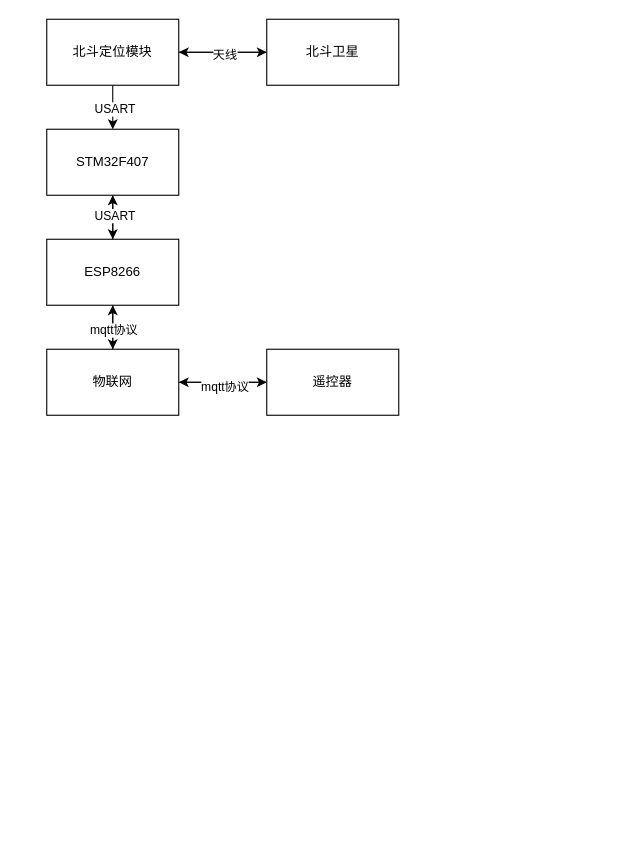
The draw.io diagram 流程图/神农人工智能控制系统.drawio in mlhua/hua, before the edit. Source tidied: cells renumbered, new cells numbered last; positions are measured from the earlier drawing's top-left corner, leaving out a move shared by most shapes. Both pictures are drawn from the tidied source at 110%, with x=0, y=0 at pixel (46, 19).
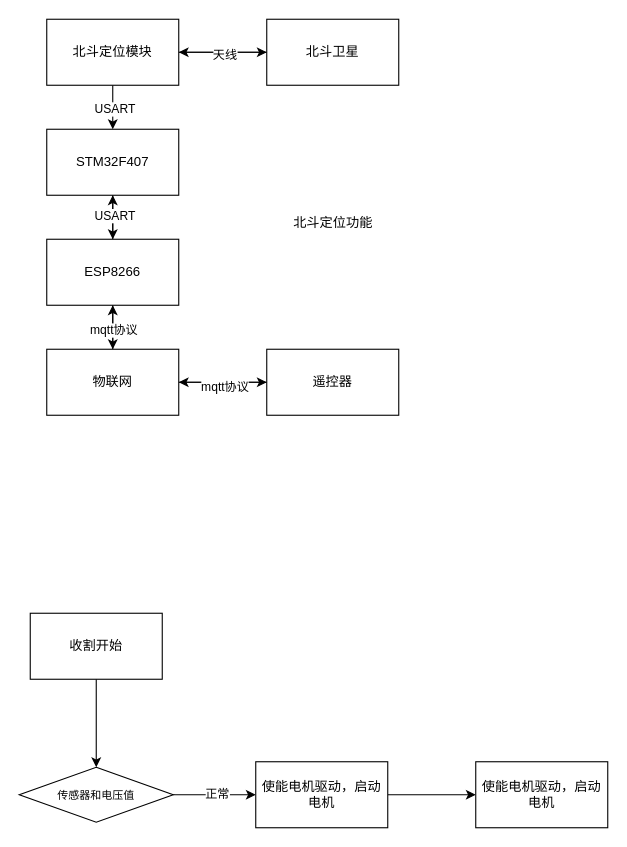
Above is the later version.

Commit message:
更新神农人工智能控制系统.drawio

What changed in the source:
```diff
@@
+    <mxCell id="22" value="北斗定位功能" style="text;html=1;align=center;verticalAlign=middle;strokeColor=none;fillColor=none;" parent="1" vertex="1">
+      <mxGeometry x="210" y="170" width="100" height="30" as="geometry" />
+    </mxCell>
+    <mxCell id="23" style="edgeStyle=orthogonalEdgeStyle;rounded=0;jettySize=auto;html=1;" parent="1" edge="1" source="24" target="27">
+      <mxGeometry relative="1" as="geometry" />
+    </mxCell>
+    <mxCell id="24" value="收割开始" style="whiteSpace=wrap;html=1;" parent="1" vertex="1">
+      <mxGeometry x="-15" y="540" width="120" height="60" as="geometry" />
+    </mxCell>
+    <mxCell id="25" style="edgeStyle=orthogonalEdgeStyle;rounded=0;jettySize=auto;html=1;" parent="1" edge="1" source="27" target="29">
+      <mxGeometry relative="1" as="geometry" />
+    </mxCell>
+    <mxCell id="26" value="正常" style="edgeLabel;html=1;align=center;verticalAlign=middle;" parent="25" vertex="1">
+      <mxGeometry x="0.04" y="2" relative="1" as="geometry" />
+    </mxCell>
+    <mxCell id="27" value="&lt;p style=&quot;line-height: 110%;&quot;&gt;&lt;font style=&quot;font-size: 10px;&quot;&gt;传感器和电压值&lt;/font&gt;&lt;/p&gt;" style="rhombus;whiteSpace=wrap;html=1;align=center;" parent="1" vertex="1">
+      <mxGeometry x="-25" y="680" width="140" height="50" as="geometry" />
+    </mxCell>
+    <mxCell id="28" style="edgeStyle=orthogonalEdgeStyle;rounded=0;jettySize=auto;html=1;" parent="1" edge="1" source="29" target="30">
+      <mxGeometry relative="1" as="geometry" />
+    </mxCell>
+    <mxCell id="29" value="使能电机驱动，启动电机" style="whiteSpace=wrap;html=1;" parent="1" vertex="1">
+      <mxGeometry x="190" y="675" width="120" height="60" as="geometry" />
+    </mxCell>
+    <mxCell id="30" value="使能电机驱动，启动电机" style="whiteSpace=wrap;html=1;" parent="1" vertex="1">
+      <mxGeometry x="390" y="675" width="120" height="60" as="geometry" />
+    </mxCell>
```
